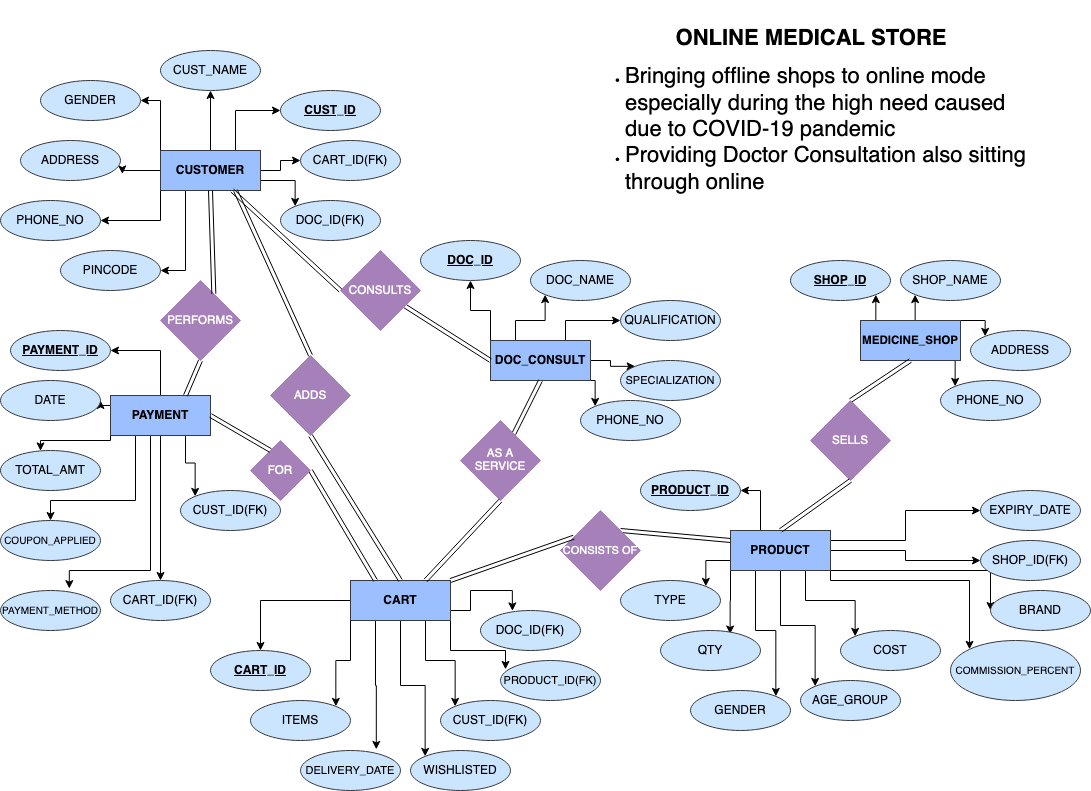
dhairyaostwal/DBMS-Project keeps this draw.io diagram as ER Diagrams/Latest/ERD.png. Above is the earlier version. Source tidied: cells renumbered, new cells last; positions are measured from the earlier drawing's top-left corner, leaving out a move shared by most shapes.
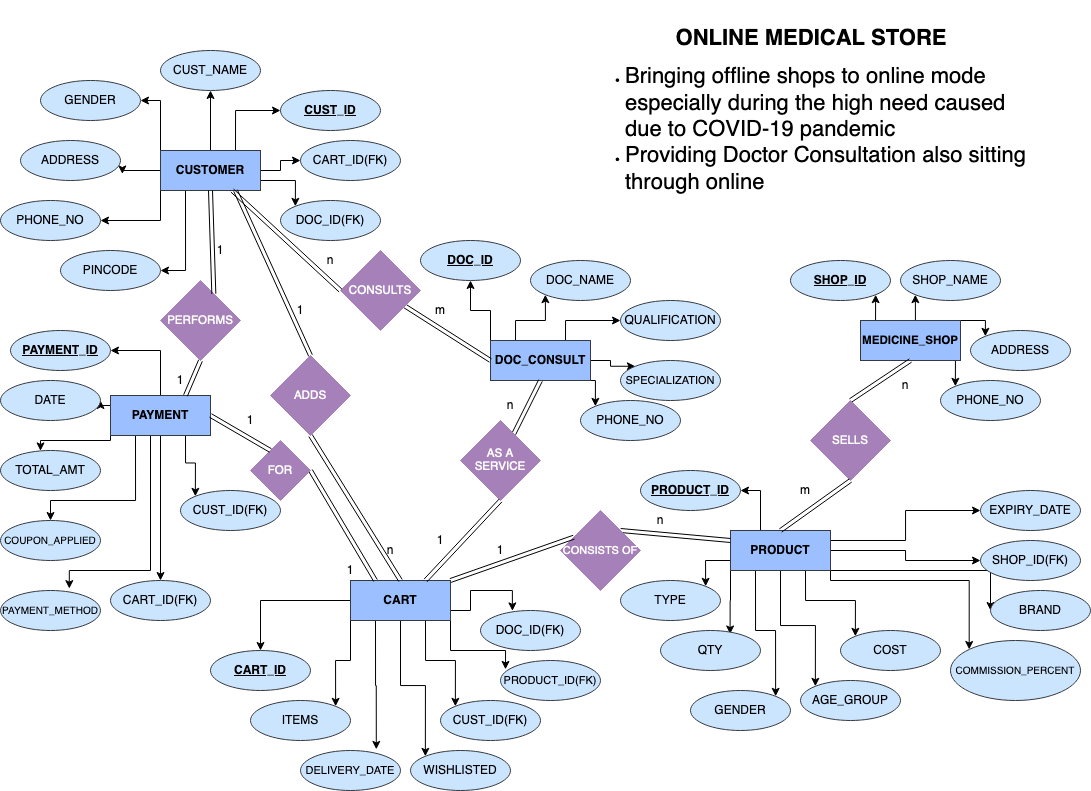
The same diagram one commit later.

Diff of the diagram source:
```diff
@@ -381,5 +381,47 @@
     <mxCell id="111" value="EXPIRY_DATE" style="ellipse;whiteSpace=wrap;html=1;fillColor=#cce5ff;strokeColor=#36393d;" parent="1" vertex="1">
       <mxGeometry x="980" y="480" width="100" height="40" as="geometry" />
     </mxCell>
+    <mxCell id="112" value="n" style="text;html=1;strokeColor=none;fillColor=none;align=center;verticalAlign=middle;whiteSpace=wrap;rounded=0;" parent="1" vertex="1">
+      <mxGeometry x="310" y="240" width="40" height="20" as="geometry" />
+    </mxCell>
+    <mxCell id="113" value="m" style="text;html=1;strokeColor=none;fillColor=none;align=center;verticalAlign=middle;whiteSpace=wrap;rounded=0;" parent="1" vertex="1">
+      <mxGeometry x="420" y="290" width="40" height="20" as="geometry" />
+    </mxCell>
+    <mxCell id="114" value="1" style="text;html=1;strokeColor=none;fillColor=none;align=center;verticalAlign=middle;whiteSpace=wrap;rounded=0;" parent="1" vertex="1">
+      <mxGeometry x="200" y="230" width="40" height="20" as="geometry" />
+    </mxCell>
+    <mxCell id="115" value="1" style="text;html=1;strokeColor=none;fillColor=none;align=center;verticalAlign=middle;whiteSpace=wrap;rounded=0;" parent="1" vertex="1">
+      <mxGeometry x="160" y="360" width="40" height="20" as="geometry" />
+    </mxCell>
+    <mxCell id="116" value="1" style="text;html=1;strokeColor=none;fillColor=none;align=center;verticalAlign=middle;whiteSpace=wrap;rounded=0;" parent="1" vertex="1">
+      <mxGeometry x="280" y="290" width="40" height="20" as="geometry" />
+    </mxCell>
+    <mxCell id="117" value="n" style="text;html=1;strokeColor=none;fillColor=none;align=center;verticalAlign=middle;whiteSpace=wrap;rounded=0;" parent="1" vertex="1">
+      <mxGeometry x="370" y="530" width="40" height="20" as="geometry" />
+    </mxCell>
+    <mxCell id="118" value="1" style="text;html=1;strokeColor=none;fillColor=none;align=center;verticalAlign=middle;whiteSpace=wrap;rounded=0;" parent="1" vertex="1">
+      <mxGeometry x="480" y="530" width="40" height="20" as="geometry" />
+    </mxCell>
+    <mxCell id="119" value="n" style="text;html=1;strokeColor=none;fillColor=none;align=center;verticalAlign=middle;whiteSpace=wrap;rounded=0;" parent="1" vertex="1">
+      <mxGeometry x="640" y="500" width="40" height="20" as="geometry" />
+    </mxCell>
+    <mxCell id="120" value="1" style="text;html=1;strokeColor=none;fillColor=none;align=center;verticalAlign=middle;whiteSpace=wrap;rounded=0;" parent="1" vertex="1">
+      <mxGeometry x="420" y="520" width="40" height="20" as="geometry" />
+    </mxCell>
+    <mxCell id="121" value="n" style="text;html=1;strokeColor=none;fillColor=none;align=center;verticalAlign=middle;whiteSpace=wrap;rounded=0;" parent="1" vertex="1">
+      <mxGeometry x="490" y="385" width="40" height="20" as="geometry" />
+    </mxCell>
+    <mxCell id="122" value="1" style="text;html=1;strokeColor=none;fillColor=none;align=center;verticalAlign=middle;whiteSpace=wrap;rounded=0;" parent="1" vertex="1">
+      <mxGeometry x="230" y="400" width="40" height="20" as="geometry" />
+    </mxCell>
+    <mxCell id="123" value="1" style="text;html=1;strokeColor=none;fillColor=none;align=center;verticalAlign=middle;whiteSpace=wrap;rounded=0;" parent="1" vertex="1">
+      <mxGeometry x="330" y="550" width="40" height="20" as="geometry" />
+    </mxCell>
+    <mxCell id="124" value="n" style="text;html=1;strokeColor=none;fillColor=none;align=center;verticalAlign=middle;whiteSpace=wrap;rounded=0;" parent="1" vertex="1">
+      <mxGeometry x="885" y="365" width="40" height="20" as="geometry" />
+    </mxCell>
+    <mxCell id="125" value="m" style="text;html=1;strokeColor=none;fillColor=none;align=center;verticalAlign=middle;whiteSpace=wrap;rounded=0;" parent="1" vertex="1">
+      <mxGeometry x="785" y="470" width="40" height="20" as="geometry" />
+    </mxCell>
   </root>
 </mxGraphModel>
```
